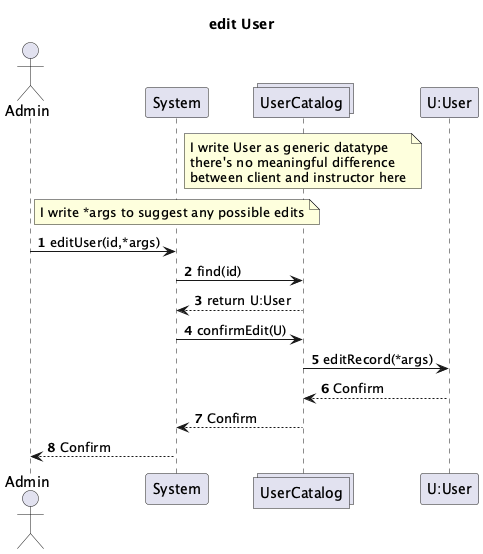
Earlier version of the PlantUML export System-Diagrams/UML Interaction/Admin/Admin-Interaction-Diagrams_002.png (vibqetowi/soen-342-project). The source it was exported from:
```plantuml
@startuml
actor Admin
participant System
collections UserCatalog
participant "U:User"

note over of UserCatalog
I write User as generic datatype
there's no meaningful difference
between client and instructor here
end note

note over of System
I write *args to suggest any possible edits
end note

title edit User

autonumber

Admin -> System : editUser(id,*args)
System -> UserCatalog : find(id)
UserCatalog --> System : return U:User
System -> UserCatalog : confirmEdit(U)
UserCatalog -> "U:User": editRecord(*args)
"U:User" --> UserCatalog : Confirm
UserCatalog --> System : Confirm
System --> Admin : Confirm

@enduml
```
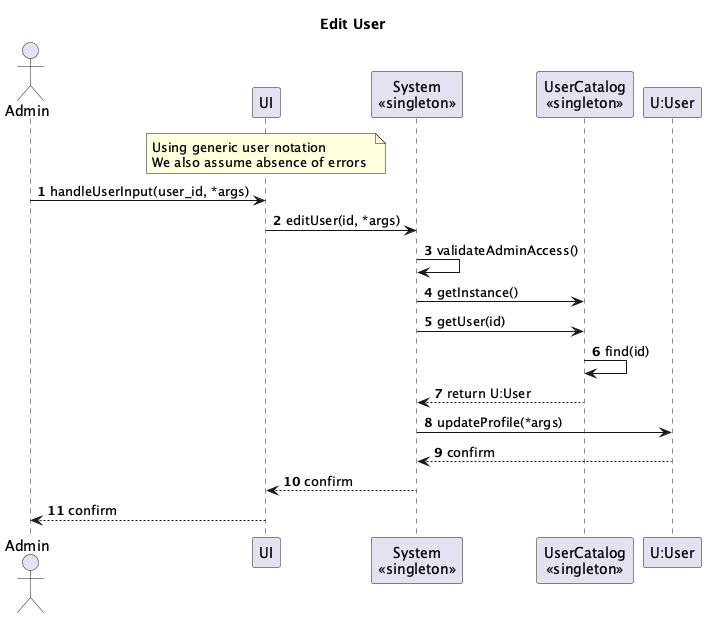
Later version of the same file.

What changed in the source:
```diff
@@ -1,30 +1,30 @@
 @startuml
 actor Admin
-participant System
-collections UserCatalog
-participant "U:User"
+participant UI
+participant "System\n<<singleton>>" as System
+participant "UserCatalog\n<<singleton>>" as UserCatalog
+participant "U:User" as User
 
-note over of UserCatalog
-I write User as generic datatype
-there's no meaningful difference
-between client and instructor here
+note over UI
+Using generic user notation
+We also assume absence of errors
 end note
 
-note over of System
-I write *args to suggest any possible edits
-end note
-
-title edit User
+title Edit User
 
 autonumber
 
-Admin -> System : editUser(id,*args)
-System -> UserCatalog : find(id)
-UserCatalog --> System : return U:User
-System -> UserCatalog : confirmEdit(U)
-UserCatalog -> "U:User": editRecord(*args)
-"U:User" --> UserCatalog : Confirm
-UserCatalog --> System : Confirm
-System --> Admin : Confirm
+Admin -> UI: handleUserInput(user_id, *args)
+UI -> System: editUser(id, *args)
 
+System -> System: validateAdminAccess()
+System -> UserCatalog: getInstance()
+System -> UserCatalog: getUser(id)
+UserCatalog -> UserCatalog: find(id)
+UserCatalog --> System: return U:User
+
+System -> User: updateProfile(*args)
+User --> System: confirm
+System --> UI: confirm
+UI --> Admin: confirm
 @enduml
```
